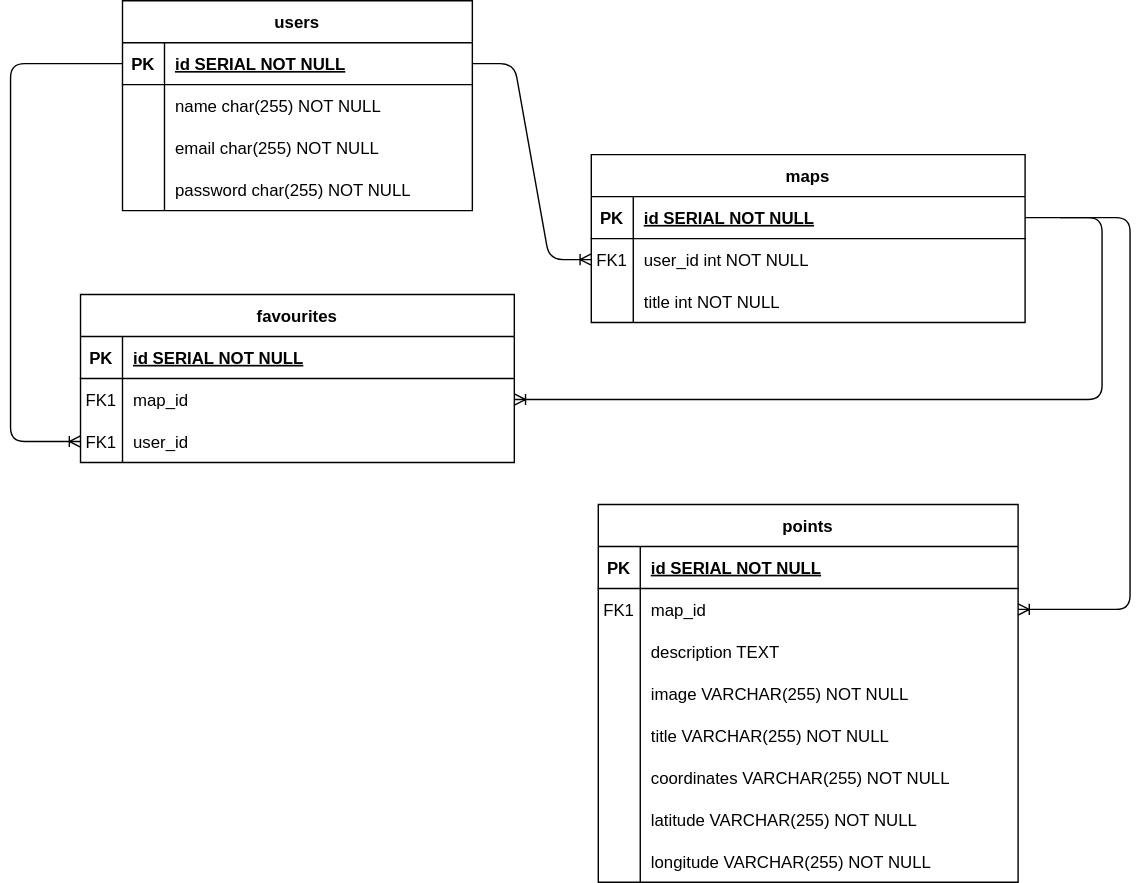
gilabarreto/Wiki-Map keeps this draw.io diagram as drawio/ERD.drawio.svg. Above is the earlier version. Source tidied: cells renumbered, new cells last; positions are measured from the earlier drawing's top-left corner, leaving out a move shared by most shapes.
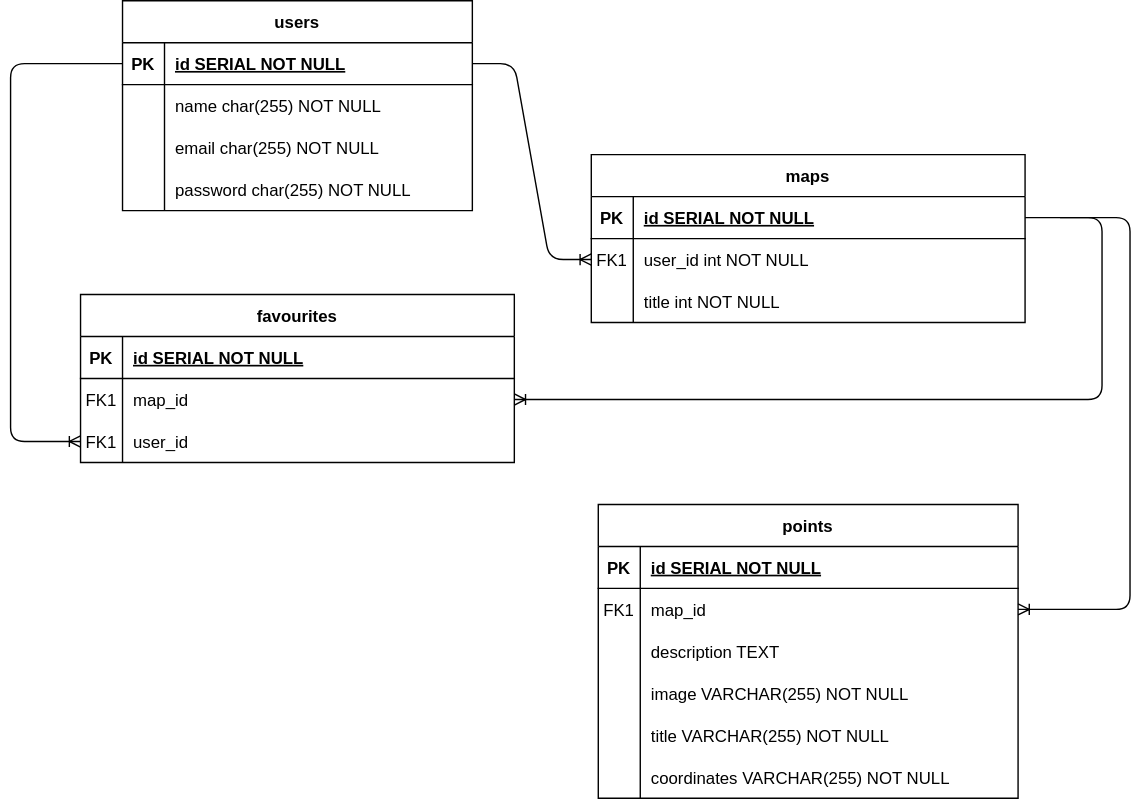
Above is the later version.

The edit, as a diff of the source:
```diff
@@ -102,7 +102,7 @@
       <mxGeometry x="30" width="280" height="30" as="geometry" />
     </mxCell>
     <mxCell id="35" value="points" style="shape=table;startSize=30;rowLines=0;fontStyle=1;align=center;" parent="1" vertex="1">
-      <mxGeometry x="420" y="360" width="300" height="270" as="geometry" />
+      <mxGeometry x="420" y="360" width="300" height="210" as="geometry" />
     </mxCell>
     <mxCell id="36" style="shape=partialRectangle;fillColor=none;top=0;left=0;right=0;bottom=1;" parent="35" vertex="1">
       <mxGeometry y="30" width="300" height="30" as="geometry" />
@@ -158,24 +158,6 @@
     <mxCell id="53" value="coordinates VARCHAR(255) NOT NULL" style="shape=partialRectangle;overflow=hidden;fillColor=none;top=0;left=0;bottom=0;right=0;align=left;spacingLeft=6;" parent="51" vertex="1">
       <mxGeometry x="30" width="270" height="30" as="geometry" />
     </mxCell>
-    <mxCell id="54" style="shape=partialRectangle;fillColor=none;top=0;left=0;right=0;bottom=0;" parent="35" vertex="1">
-      <mxGeometry y="210" width="300" height="30" as="geometry" />
-    </mxCell>
-    <mxCell id="55" style="shape=partialRectangle;overflow=hidden;fillColor=none;top=0;left=0;bottom=0;right=0;" parent="54" vertex="1">
-      <mxGeometry width="30" height="30" as="geometry" />
-    </mxCell>
-    <mxCell id="56" value="latitude VARCHAR(255) NOT NULL" style="shape=partialRectangle;overflow=hidden;fillColor=none;top=0;left=0;bottom=0;right=0;align=left;spacingLeft=6;" parent="54" vertex="1">
-      <mxGeometry x="30" width="270" height="30" as="geometry" />
-    </mxCell>
-    <mxCell id="57" style="shape=partialRectangle;fillColor=none;top=0;left=0;right=0;bottom=0;" parent="35" vertex="1">
-      <mxGeometry y="240" width="300" height="30" as="geometry" />
-    </mxCell>
-    <mxCell id="58" style="shape=partialRectangle;overflow=hidden;fillColor=none;top=0;left=0;bottom=0;right=0;" parent="57" vertex="1">
-      <mxGeometry width="30" height="30" as="geometry" />
-    </mxCell>
-    <mxCell id="59" value="longitude VARCHAR(255) NOT NULL" style="shape=partialRectangle;overflow=hidden;fillColor=none;top=0;left=0;bottom=0;right=0;align=left;spacingLeft=6;" parent="57" vertex="1">
-      <mxGeometry x="30" width="270" height="30" as="geometry" />
-    </mxCell>
     <mxCell id="60" style="edgeStyle=entityRelationEdgeStyle;fontSize=12;html=1;endArrow=ERoneToMany;exitX=1;exitY=0.5;exitDx=0;exitDy=0;entryX=0;entryY=0.5;entryDx=0;entryDy=0;" parent="1" edge="1" source="13" target="6">
       <mxGeometry relative="1" as="geometry" />
     </mxCell>
```
